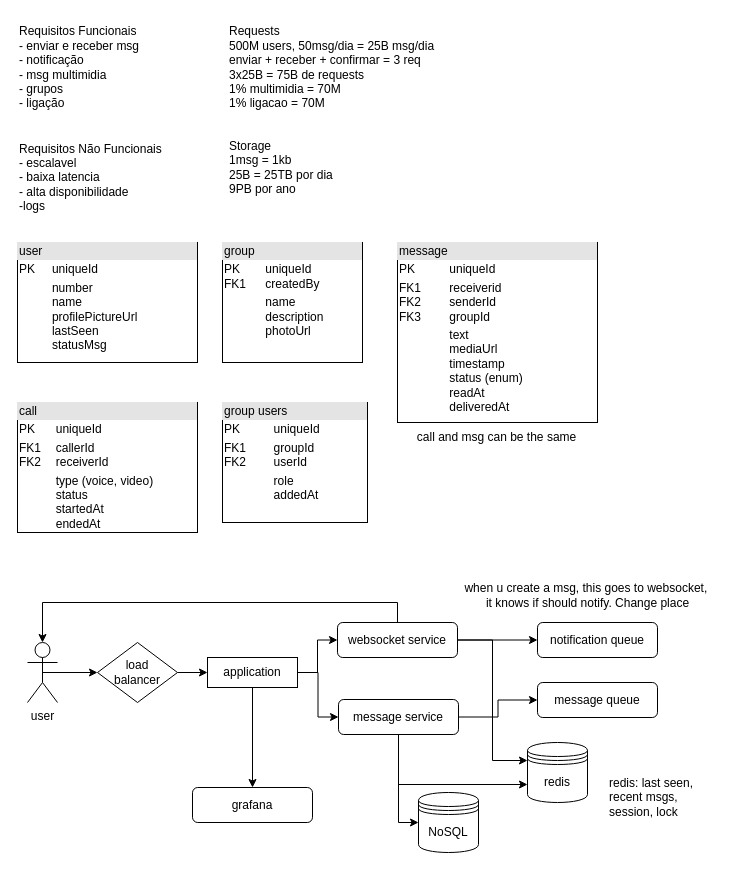
Earlier version of the draw.io diagram whatsapp.drawio (barbs-pm/lld). Source tidied: cells renumbered, new cells numbered last; positions are measured from the earlier drawing's top-left corner, leaving out a move shared by most shapes. Both pictures are drawn from the tidied source at 100%, with x=0, y=0 at pixel (17, 17).
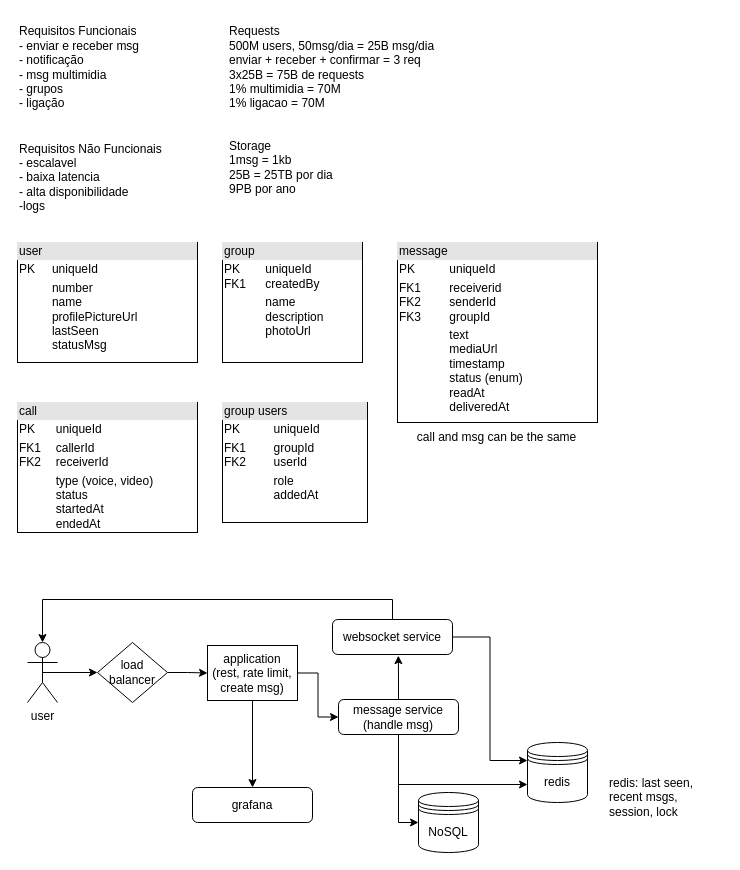
After the change.

Commit message:
rmv queues

Change to the diagram source:
```diff
@@
     <mxCell id="14" value="load&lt;div&gt;balancer&lt;/div&gt;" style="rhombus;whiteSpace=wrap;html=1;" parent="1" vertex="1">
-      <mxGeometry x="80" y="625" width="80" height="60" as="geometry" />
+      <mxGeometry x="80" y="625" width="70" height="60" as="geometry" />
     </mxCell>
-    <mxCell id="15" style="edgeStyle=orthogonalEdgeStyle;rounded=0;jettySize=auto;html=1;exitX=1;exitY=0.5;exitDx=0;exitDy=0;entryX=0;entryY=0.5;entryDx=0;entryDy=0;" parent="1" edge="1" source="18" target="21">
-      <mxGeometry relative="1" as="geometry" />
-    </mxCell>
@@
-    <mxCell id="18" value="application" style="rounded=0;whiteSpace=wrap;html=1;" parent="1" vertex="1">
-      <mxGeometry x="190" y="640" width="90" height="30" as="geometry" />
+    <mxCell id="18" value="application (rest, rate limit, create msg)" style="rounded=0;whiteSpace=wrap;html=1;" parent="1" vertex="1">
+      <mxGeometry x="190" y="628" width="90" height="55" as="geometry" />
     </mxCell>
-    <mxCell id="19" style="edgeStyle=orthogonalEdgeStyle;rounded=0;jettySize=auto;html=1;" parent="1" edge="1" source="21" target="29">
-      <mxGeometry relative="1" as="geometry" />
-    </mxCell>
@@
     <mxCell id="21" value="websocket service" style="rounded=1;whiteSpace=wrap;html=1;" parent="1" vertex="1">
-      <mxGeometry x="320" y="605" width="120" height="35" as="geometry" />
+      <mxGeometry x="315" y="602" width="120" height="35" as="geometry" />
     </mxCell>
@@
-    <mxCell id="23" style="edgeStyle=orthogonalEdgeStyle;rounded=0;jettySize=auto;html=1;" parent="1" edge="1" source="25" target="30">
-      <mxGeometry relative="1" as="geometry" />
-    </mxCell>
@@
-    <mxCell id="25" value="message service" style="rounded=1;whiteSpace=wrap;html=1;" parent="1" vertex="1">
+    <mxCell id="25" value="message service (handle msg)" style="rounded=1;whiteSpace=wrap;html=1;" parent="1" vertex="1">
       <mxGeometry x="321" y="682" width="120" height="35" as="geometry" />
     </mxCell>
@@
-    <mxCell id="29" value="notification queue" style="rounded=1;whiteSpace=wrap;html=1;" parent="1" vertex="1">
-      <mxGeometry x="520" y="605" width="120" height="35" as="geometry" />
-    </mxCell>
-    <mxCell id="30" value="message queue" style="rounded=1;whiteSpace=wrap;html=1;" parent="1" vertex="1">
-      <mxGeometry x="520" y="665" width="120" height="35" as="geometry" />
-    </mxCell>
@@
-    <mxCell id="34" value="when u create a msg, this goes to websocket,&amp;nbsp;&lt;div&gt;it knows if should notify. Change place&lt;/div&gt;" style="text;html=1;align=center;verticalAlign=middle;strokeColor=none;fillColor=none;" parent="1" vertex="1">
-      <mxGeometry x="435" y="558" width="270" height="40" as="geometry" />
-    </mxCell>
+    <mxCell id="35" style="edgeStyle=orthogonalEdgeStyle;rounded=0;jettySize=auto;html=1;exitX=0.5;exitY=0;exitDx=0;exitDy=0;entryX=0.549;entryY=1.032;entryDx=0;entryDy=0;entryPerimeter=0;" parent="1" edge="1" source="25" target="21">
+      <mxGeometry relative="1" as="geometry" />
+    </mxCell>
```
